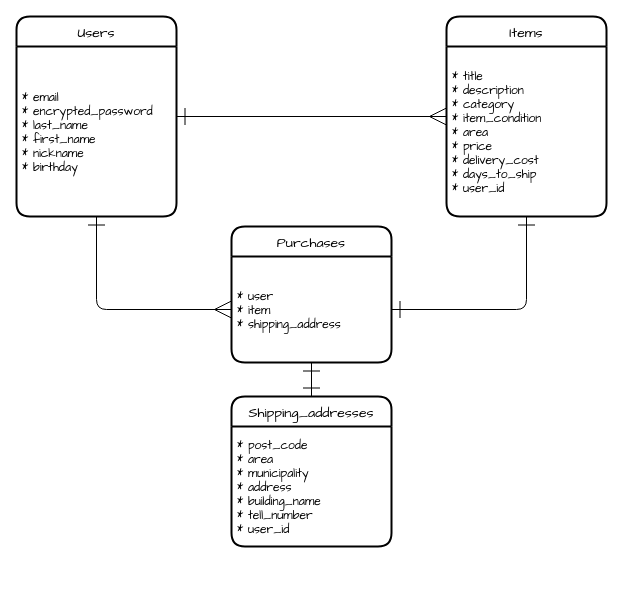
Above: er.dio in h-ucchi/furima-37078 (draw.io), before the change. Source tidied: cells renumbered, new cells numbered last; positions are measured from the earlier drawing's top-left corner, leaving out a move shared by most shapes. Both pictures are drawn from the tidied source at 100%, with x=0, y=0 at pixel (16, 16).
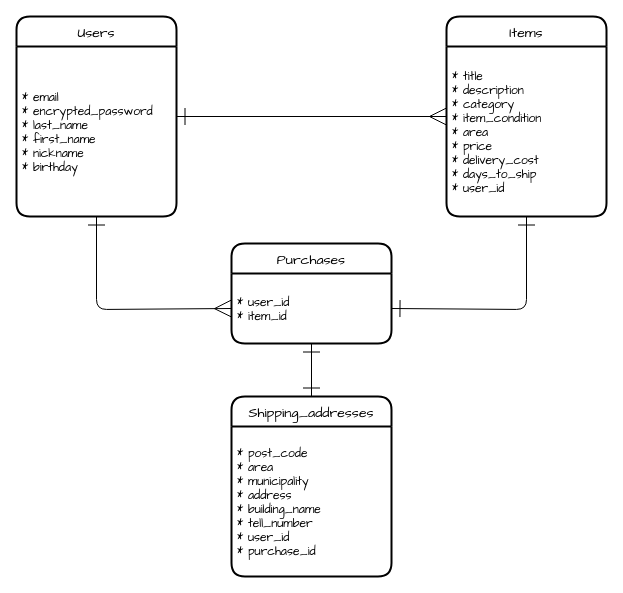
Above is the later version.

Commit message (it also covers changes not shown here):
ER図の修正、購入管理テーブル、配送先テーブルの修正

Change to the diagram source:
```diff
@@
 <mxGraphModel>
   <root>
     <mxCell id="0" />
     <mxCell id="1" parent="0" />
     <mxCell id="2" style="edgeStyle=none;html=1;entryX=0;entryY=0.5;entryDx=0;entryDy=0;fontFamily=Comic Sans MS;horizontal=1;endArrow=ERmany;endFill=0;strokeWidth=1;startArrow=ERone;startFill=0;startSize=15;endSize=15;" parent="1" edge="1" source="3" target="5">
       <mxGeometry relative="1" as="geometry" />
     </mxCell>
     <mxCell id="3" value="Users" style="swimlane;horizontal=1;startSize=30;rounded=1;fontSize=14;fontStyle=0;strokeWidth=2;shadow=0;dashed=0;align=center;fontFamily=Comic Sans MS;" parent="1" vertex="1">
       <mxGeometry width="160" height="200" as="geometry" />
     </mxCell>
     <mxCell id="4" value="* email&#10;* encrypted_password&#10;* last_name&#10;* first_name&#10;* nickname&#10;* birthday" style="align=left;strokeColor=none;fillColor=none;spacingLeft=4;fontSize=12;verticalAlign=middle;fontFamily=Comic Sans MS;rounded=0;glass=0;horizontal=1;" parent="3" vertex="1">
       <mxGeometry y="30" width="160" height="170" as="geometry" />
     </mxCell>
     <mxCell id="5" value="Items" style="swimlane;horizontal=1;startSize=30;rounded=1;fontSize=14;fontStyle=0;strokeWidth=2;shadow=0;dashed=0;align=center;fontFamily=Comic Sans MS;" parent="1" vertex="1">
       <mxGeometry x="430" width="160" height="200" as="geometry" />
     </mxCell>
     <mxCell id="6" value="* title&#10;* description&#10;* category&#10;* item_condition&#10;* area&#10;* price&#10;* delivery_cost&#10;* days_to_ship&#10;* user_id" style="align=left;strokeColor=none;fillColor=none;spacingLeft=4;fontSize=12;verticalAlign=middle;fontFamily=Comic Sans MS;rounded=0;glass=0;horizontal=1;" parent="5" vertex="1">
       <mxGeometry y="30" width="160" height="170" as="geometry" />
     </mxCell>
     <mxCell id="7" value="Shipping_addresses" style="swimlane;horizontal=1;startSize=30;rounded=1;fontSize=14;fontStyle=0;strokeWidth=2;shadow=0;dashed=0;align=center;fontFamily=Comic Sans MS;" parent="1" vertex="1">
-      <mxGeometry x="215" y="380" width="160" height="150" as="geometry" />
+      <mxGeometry x="215" y="380" width="160" height="180" as="geometry" />
     </mxCell>
-    <mxCell id="8" value="* post_code&#10;* area&#10;* municipality&#10;* address&#10;* building_name&#10;* tell_number&#10;* user_id" style="align=left;strokeColor=none;fillColor=none;spacingLeft=4;fontSize=12;verticalAlign=middle;fontFamily=Comic Sans MS;rounded=0;glass=0;horizontal=1;" parent="7" vertex="1">
-      <mxGeometry y="30" width="160" height="120" as="geometry" />
+    <mxCell id="8" value="* post_code&#10;* area&#10;* municipality&#10;* address&#10;* building_name&#10;* tell_number&#10;* user_id&#10;* purchase_id" style="align=left;strokeColor=none;fillColor=none;spacingLeft=4;fontSize=12;verticalAlign=middle;fontFamily=Comic Sans MS;rounded=0;glass=0;horizontal=1;" parent="7" vertex="1">
+      <mxGeometry y="30" width="160" height="150" as="geometry" />
     </mxCell>
     <mxCell id="9" style="edgeStyle=none;html=1;exitX=0.5;exitY=1;exitDx=0;exitDy=0;entryX=0;entryY=0.5;entryDx=0;entryDy=0;fontFamily=Comic Sans MS;startArrow=ERone;startFill=0;endArrow=ERmany;endFill=0;startSize=15;endSize=15;strokeWidth=1;" parent="1" edge="1" source="4" target="12">
       <mxGeometry relative="1" as="geometry">
         <Array as="points">
           <mxPoint x="80" y="293" />
         </Array>
       </mxGeometry>
     </mxCell>
     <mxCell id="10" style="edgeStyle=none;html=1;exitX=1;exitY=0.5;exitDx=0;exitDy=0;entryX=0.5;entryY=1;entryDx=0;entryDy=0;fontFamily=Comic Sans MS;startArrow=ERone;startFill=0;endArrow=ERone;endFill=0;startSize=15;endSize=15;strokeWidth=1;" parent="1" edge="1" source="12" target="6">
       <mxGeometry relative="1" as="geometry">
         <Array as="points">
           <mxPoint x="510" y="293" />
         </Array>
       </mxGeometry>
     </mxCell>
     <mxCell id="11" value="Purchases" style="swimlane;horizontal=1;startSize=30;rounded=1;fontSize=14;fontStyle=0;strokeWidth=2;shadow=0;dashed=0;align=center;fontFamily=Comic Sans MS;" parent="1" vertex="1">
-      <mxGeometry x="215" y="210" width="160" height="136" as="geometry" />
+      <mxGeometry x="215" y="227" width="160" height="100" as="geometry" />
     </mxCell>
-    <mxCell id="12" value="* user&#10;* item&#10;* shipping_address" style="align=left;strokeColor=none;fillColor=none;spacingLeft=4;fontSize=12;verticalAlign=middle;fontFamily=Comic Sans MS;rounded=0;glass=0;horizontal=1;" parent="11" vertex="1">
-      <mxGeometry y="30" width="160" height="106" as="geometry" />
+    <mxCell id="12" value="* user_id&#10;* item_id" style="align=left;strokeColor=none;fillColor=none;spacingLeft=4;fontSize=12;verticalAlign=middle;fontFamily=Comic Sans MS;rounded=0;glass=0;horizontal=1;" parent="11" vertex="1">
+      <mxGeometry y="30" width="160" height="70" as="geometry" />
     </mxCell>
     <mxCell id="13" style="edgeStyle=none;html=1;fontFamily=Comic Sans MS;startArrow=ERone;startFill=0;endArrow=ERone;endFill=0;startSize=15;endSize=15;strokeWidth=1;jumpStyle=arc;entryX=0.5;entryY=0;entryDx=0;entryDy=0;exitX=0.5;exitY=1;exitDx=0;exitDy=0;" parent="1" edge="1" source="12" target="7">
       <mxGeometry relative="1" as="geometry" />
     </mxCell>
   </root>
 </mxGraphModel>
```
